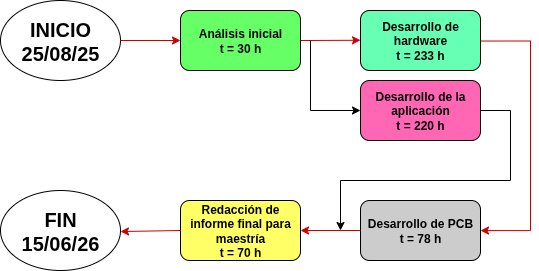
Earlier version of the draw.io export Figuras/aon_general.png (MatiasRodriguez12/Plantilla-planificacion-MIoT). Source tidied: cells renumbered, new cells last; positions are measured from the earlier drawing's top-left corner, leaving out a move shared by most shapes.
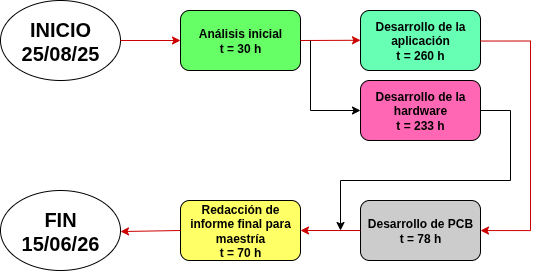
The same file after the commit.

Diff of the diagram source:
```diff
@@ -19,10 +19,10 @@
         <mxPoint x="360" y="39.8" as="targetPoint" />
       </mxGeometry>
     </mxCell>
-    <mxCell id="6" value="&lt;div&gt;&lt;font style=&quot;color: light-dark(rgb(0, 0, 0), rgb(0, 0, 0));&quot;&gt;&lt;b&gt;Desarrollo de hardware&lt;/b&gt;&lt;/font&gt;&lt;/div&gt;&lt;div&gt;&lt;font style=&quot;color: light-dark(rgb(0, 0, 0), rgb(0, 0, 0));&quot;&gt;&lt;b&gt;t = 233 h&lt;/b&gt;&lt;/font&gt;&lt;/div&gt;" style="rounded=1;whiteSpace=wrap;html=1;fillColor=light-dark(#FFFFFF,#66FFB3);strokeColor=light-dark(#000000,#000000);" parent="1" vertex="1">
+    <mxCell id="6" value="&lt;div&gt;&lt;font style=&quot;color: light-dark(rgb(0, 0, 0), rgb(0, 0, 0));&quot;&gt;&lt;b&gt;Desarrollo de la aplicación&lt;/b&gt;&lt;/font&gt;&lt;/div&gt;&lt;div&gt;&lt;font style=&quot;color: light-dark(rgb(0, 0, 0), rgb(0, 0, 0));&quot;&gt;&lt;b&gt;t = 260 h&lt;/b&gt;&lt;/font&gt;&lt;/div&gt;" style="rounded=1;whiteSpace=wrap;html=1;fillColor=light-dark(#FFFFFF,#66FFB3);strokeColor=light-dark(#000000,#000000);" parent="1" vertex="1">
       <mxGeometry x="360" y="10" width="120" height="60" as="geometry" />
     </mxCell>
-    <mxCell id="7" value="&lt;div&gt;&lt;font style=&quot;color: light-dark(rgb(0, 0, 0), rgb(0, 0, 0));&quot;&gt;&lt;b&gt;Desarrollo de la aplicación&lt;/b&gt;&lt;/font&gt;&lt;/div&gt;&lt;div&gt;&lt;font style=&quot;color: light-dark(rgb(0, 0, 0), rgb(0, 0, 0));&quot;&gt;&lt;b&gt;t = 220 h&lt;/b&gt;&lt;/font&gt;&lt;/div&gt;" style="rounded=1;whiteSpace=wrap;html=1;fillColor=light-dark(#FFFFFF,#FF66B3);strokeColor=light-dark(#000000,#000000);" parent="1" vertex="1">
+    <mxCell id="7" value="&lt;div&gt;&lt;font style=&quot;color: light-dark(rgb(0, 0, 0), rgb(0, 0, 0));&quot;&gt;&lt;b&gt;Desarrollo de la hardware&lt;/b&gt;&lt;/font&gt;&lt;/div&gt;&lt;div&gt;&lt;font style=&quot;color: light-dark(rgb(0, 0, 0), rgb(0, 0, 0));&quot;&gt;&lt;b&gt;t = 233 h&lt;/b&gt;&lt;/font&gt;&lt;/div&gt;" style="rounded=1;whiteSpace=wrap;html=1;fillColor=light-dark(#FFFFFF,#FF66B3);strokeColor=light-dark(#000000,#000000);" parent="1" vertex="1">
       <mxGeometry x="360" y="80" width="120" height="60" as="geometry" />
     </mxCell>
     <mxCell id="8" style="endArrow=classic;html=1;rounded=0;edgeStyle=orthogonalEdgeStyle;entryX=0;entryY=0.5;entryDx=0;entryDy=0;strokeColor=light-dark(#000000,#000000);" parent="1" edge="1" target="7">
```
